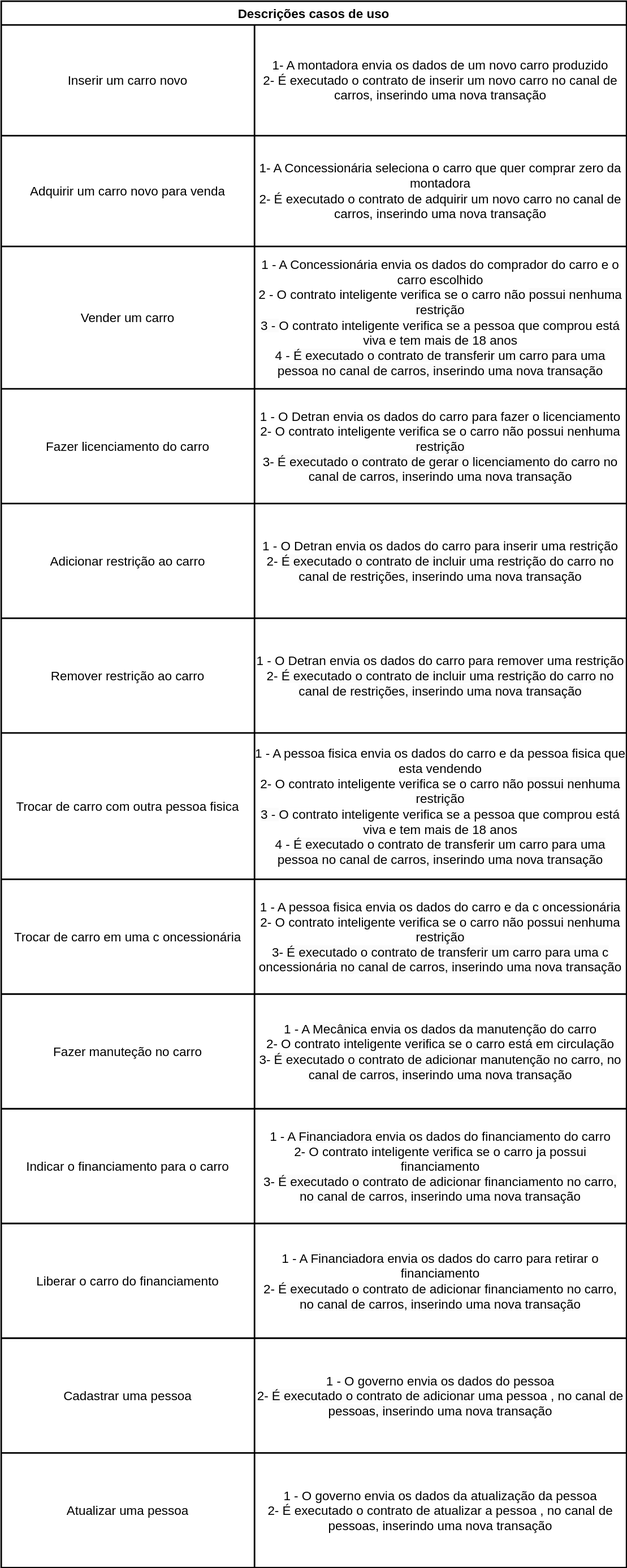
yurihartmann/car_lifes_cycle_hyperledger_fabric keeps this draw.io diagram as docs/diagrams/uml/use_cases_descriptions.drawio.svg. Above is the earlier version. Source tidied: cells renumbered, new cells last; positions are measured from the earlier drawing's top-left corner, leaving out a move shared by most shapes.
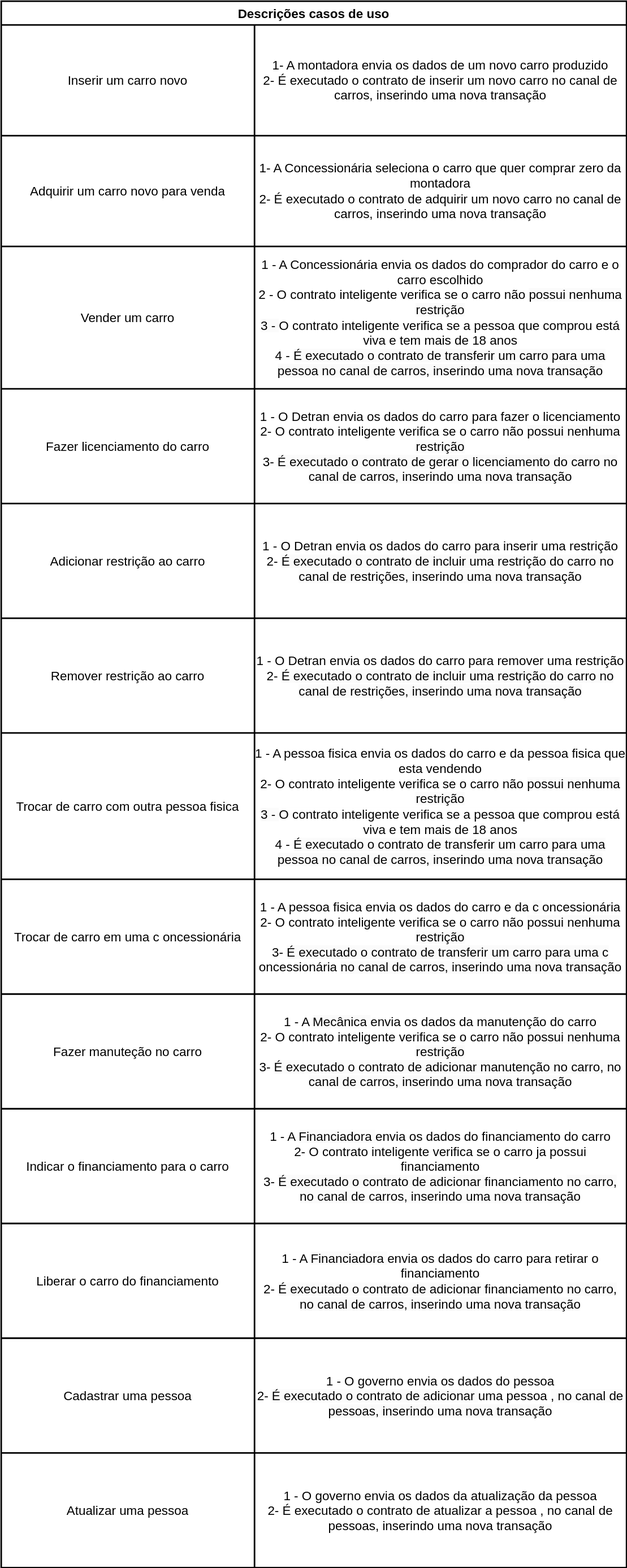
After the change.

Commit message:
✏️ Arrumando documentação

Diff of the diagram source:
```diff
@@ -83,7 +83,7 @@
     <mxCell id="28" value="Fazer manuteção no carro" style="shape=partialRectangle;html=1;whiteSpace=wrap;fillColor=none;top=0;left=0;bottom=0;right=0;overflow=hidden;fontSize=16;" parent="27" vertex="1">
       <mxGeometry width="320" height="145" as="geometry" />
     </mxCell>
-    <mxCell id="29" value="1 - A&amp;nbsp;&lt;span style=&quot;border-color: var(--border-color); background-color: rgb(255, 255, 255);&quot;&gt;&lt;span style=&quot;background-color: rgb(251, 251, 251);&quot;&gt;Mecânica&lt;/span&gt;&amp;nbsp;envia os dados da manutenção do carro&lt;span style=&quot;border-color: var(--border-color); background-color: rgb(251, 251, 251);&quot;&gt;&lt;br style=&quot;border-color: var(--border-color);&quot;&gt;&lt;/span&gt;2- O contrato inteligente verifica se o carro está em circulação&lt;span style=&quot;border-color: var(--border-color); background-color: rgb(251, 251, 251);&quot;&gt;&lt;br style=&quot;border-color: var(--border-color);&quot;&gt;&lt;/span&gt;3-&amp;nbsp;&lt;span style=&quot;border-color: var(--border-color); background-color: rgb(251, 251, 251);&quot;&gt;É executado o contrato de adicionar manutenção no carro, no canal de carros, inserindo uma nova transação&lt;/span&gt;&lt;/span&gt;" style="shape=partialRectangle;html=1;whiteSpace=wrap;fillColor=none;top=0;left=0;bottom=0;right=0;overflow=hidden;fontSize=16;" parent="27" vertex="1">
+    <mxCell id="29" value="1 - A&amp;nbsp;&lt;span style=&quot;border-color: var(--border-color); background-color: rgb(255, 255, 255);&quot;&gt;&lt;span style=&quot;background-color: rgb(251, 251, 251);&quot;&gt;Mecânica&lt;/span&gt;&amp;nbsp;envia os dados da manutenção do carro&lt;span style=&quot;border-color: var(--border-color); background-color: rgb(251, 251, 251);&quot;&gt;&lt;br style=&quot;border-color: var(--border-color);&quot;&gt;&lt;/span&gt;2- O contrato inteligente verifica se o carro&amp;nbsp;&lt;span style=&quot;border-color: var(--border-color); background-color: rgb(251, 251, 251);&quot;&gt;&lt;span style=&quot;background-color: rgb(255, 255, 255);&quot;&gt;não&amp;nbsp;&lt;/span&gt;&lt;span style=&quot;border-color: var(--border-color);&quot;&gt;possui nenhuma restrição&lt;/span&gt;&lt;br style=&quot;border-color: var(--border-color);&quot;&gt;&lt;/span&gt;3-&amp;nbsp;&lt;span style=&quot;border-color: var(--border-color); background-color: rgb(251, 251, 251);&quot;&gt;É executado o contrato de adicionar manutenção no carro, no canal de carros, inserindo uma nova transação&lt;/span&gt;&lt;/span&gt;" style="shape=partialRectangle;html=1;whiteSpace=wrap;fillColor=none;top=0;left=0;bottom=0;right=0;overflow=hidden;fontSize=16;" parent="27" vertex="1">
       <mxGeometry x="320" width="470" height="145" as="geometry" />
     </mxCell>
     <mxCell id="30" style="shape=tableRow;horizontal=0;startSize=0;swimlaneHead=0;swimlaneBody=0;top=0;left=0;bottom=0;right=0;fillColor=none;fontSize=16;" parent="2" vertex="1">
```
